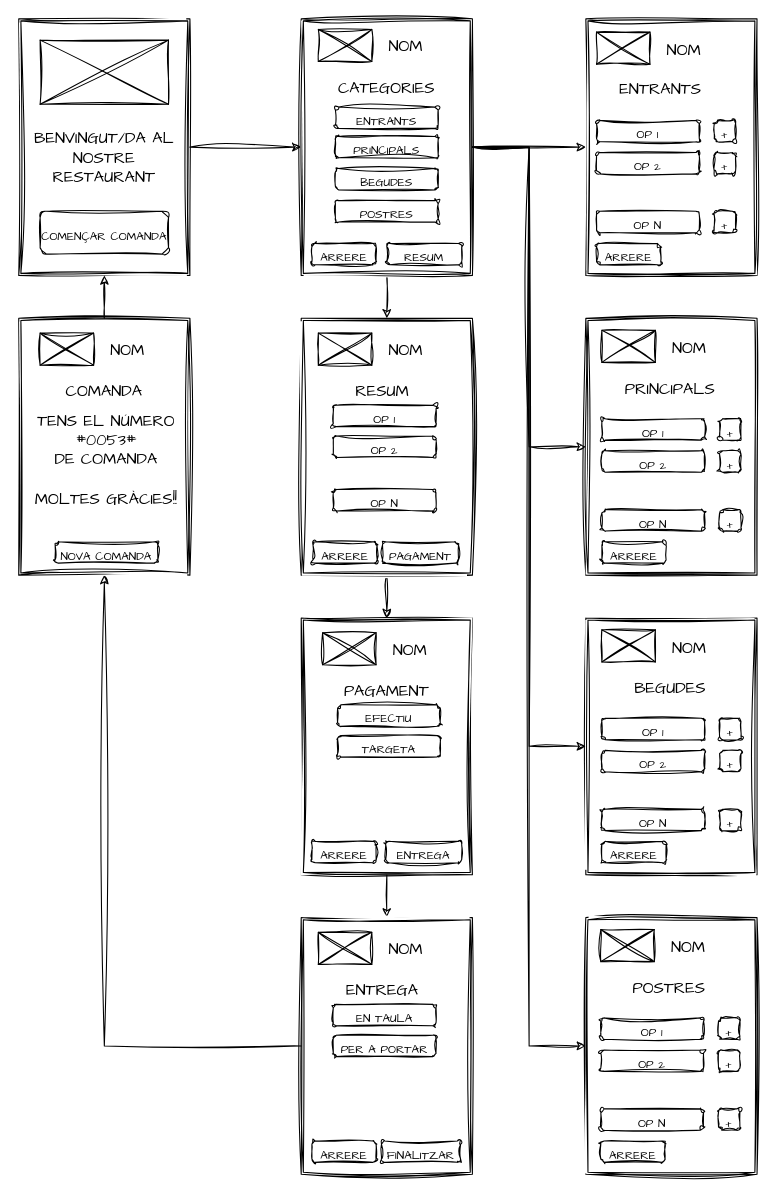
Earlier version of the draw.io diagram DI Prototipo Baja Fidelidad.drawio (KikeMarchuet/Ficheros_Draw.IO). Source tidied: cells renumbered, new cells numbered last; positions are measured from the earlier drawing's top-left corner, leaving out a move shared by most shapes. Both pictures are drawn from the tidied source at 107%, with x=0, y=0 at pixel (18, 18).
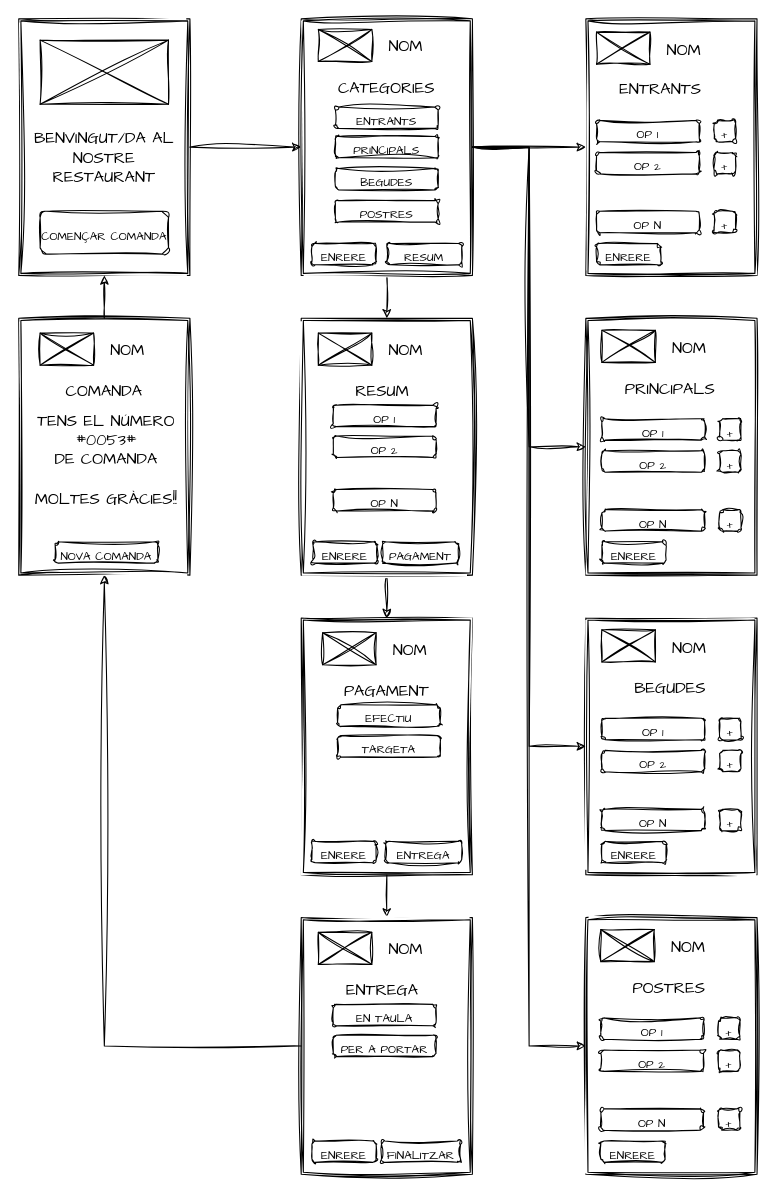
Above is the later version.

The edit, as a diff of the source:
```diff
@@
-    <mxCell id="38" value="&lt;span style=&quot;font-size: 11px;&quot;&gt;ARRERE&lt;/span&gt;" style="rounded=1;whiteSpace=wrap;html=1;hachureGap=4;fontFamily=Architects Daughter;fontSize=23;labelBackgroundColor=none;sketch=1;curveFitting=1;jiggle=2;" parent="1" vertex="1">
+    <mxCell id="38" value="&lt;span style=&quot;font-size: 11px;&quot;&gt;ENRERE&lt;/span&gt;" style="rounded=1;whiteSpace=wrap;html=1;hachureGap=4;fontFamily=Architects Daughter;fontSize=23;labelBackgroundColor=none;sketch=1;curveFitting=1;jiggle=2;" parent="1" vertex="1">
       <mxGeometry x="540" y="210" width="60" height="20" as="geometry" />
     </mxCell>
@@
-    <mxCell id="51" value="&lt;span style=&quot;font-size: 11px;&quot;&gt;ARRERE&lt;/span&gt;" style="rounded=1;whiteSpace=wrap;html=1;hachureGap=4;fontFamily=Architects Daughter;fontSize=23;labelBackgroundColor=none;sketch=1;curveFitting=1;jiggle=2;" parent="1" vertex="1">
+    <mxCell id="51" value="&lt;span style=&quot;font-size: 11px;&quot;&gt;ENRERE&lt;/span&gt;" style="rounded=1;whiteSpace=wrap;html=1;hachureGap=4;fontFamily=Architects Daughter;fontSize=23;labelBackgroundColor=none;sketch=1;curveFitting=1;jiggle=2;" parent="1" vertex="1">
       <mxGeometry x="545" y="488.8" width="60" height="20" as="geometry" />
     </mxCell>
@@
-    <mxCell id="64" value="&lt;span style=&quot;font-size: 11px;&quot;&gt;ARRERE&lt;/span&gt;" style="rounded=1;whiteSpace=wrap;html=1;hachureGap=4;fontFamily=Architects Daughter;fontSize=23;labelBackgroundColor=none;sketch=1;curveFitting=1;jiggle=2;" parent="1" vertex="1">
+    <mxCell id="64" value="&lt;span style=&quot;font-size: 11px;&quot;&gt;ENRERE&lt;/span&gt;" style="rounded=1;whiteSpace=wrap;html=1;hachureGap=4;fontFamily=Architects Daughter;fontSize=23;labelBackgroundColor=none;sketch=1;curveFitting=1;jiggle=2;" parent="1" vertex="1">
       <mxGeometry x="545" y="768.8" width="60" height="20" as="geometry" />
     </mxCell>
@@
-    <mxCell id="77" value="&lt;span style=&quot;font-size: 11px;&quot;&gt;ARRERE&lt;/span&gt;" style="rounded=1;whiteSpace=wrap;html=1;hachureGap=4;fontFamily=Architects Daughter;fontSize=23;labelBackgroundColor=none;sketch=1;curveFitting=1;jiggle=2;" parent="1" vertex="1">
+    <mxCell id="77" value="&lt;span style=&quot;font-size: 11px;&quot;&gt;ENRERE&lt;/span&gt;" style="rounded=1;whiteSpace=wrap;html=1;hachureGap=4;fontFamily=Architects Daughter;fontSize=23;labelBackgroundColor=none;sketch=1;curveFitting=1;jiggle=2;" parent="1" vertex="1">
       <mxGeometry x="544" y="1048.8" width="60" height="20" as="geometry" />
     </mxCell>
@@
-    <mxCell id="128" value="&lt;span style=&quot;font-size: 11px;&quot;&gt;ARRERE&lt;/span&gt;" style="rounded=1;whiteSpace=wrap;html=1;hachureGap=4;fontFamily=Architects Daughter;fontSize=23;labelBackgroundColor=none;sketch=1;curveFitting=1;jiggle=2;" parent="1" vertex="1">
+    <mxCell id="128" value="&lt;span style=&quot;font-size: 11px;&quot;&gt;ENRERE&lt;/span&gt;" style="rounded=1;whiteSpace=wrap;html=1;hachureGap=4;fontFamily=Architects Daughter;fontSize=23;labelBackgroundColor=none;sketch=1;curveFitting=1;jiggle=2;" parent="1" vertex="1">
       <mxGeometry x="274" y="210" width="60" height="20" as="geometry" />
     </mxCell>
-    <mxCell id="129" value="&lt;span style=&quot;font-size: 11px;&quot;&gt;ARRERE&lt;/span&gt;" style="rounded=1;whiteSpace=wrap;html=1;hachureGap=4;fontFamily=Architects Daughter;fontSize=23;labelBackgroundColor=none;sketch=1;curveFitting=1;jiggle=2;" parent="1" vertex="1">
+    <mxCell id="129" value="&lt;span style=&quot;font-size: 11px;&quot;&gt;ENRERE&lt;/span&gt;" style="rounded=1;whiteSpace=wrap;html=1;hachureGap=4;fontFamily=Architects Daughter;fontSize=23;labelBackgroundColor=none;sketch=1;curveFitting=1;jiggle=2;" parent="1" vertex="1">
       <mxGeometry x="275" y="488.8" width="60" height="20" as="geometry" />
     </mxCell>
-    <mxCell id="130" value="&lt;span style=&quot;font-size: 11px;&quot;&gt;ARRERE&lt;/span&gt;" style="rounded=1;whiteSpace=wrap;html=1;hachureGap=4;fontFamily=Architects Daughter;fontSize=23;labelBackgroundColor=none;sketch=1;curveFitting=1;jiggle=2;" parent="1" vertex="1">
+    <mxCell id="130" value="&lt;span style=&quot;font-size: 11px;&quot;&gt;ENRERE&lt;/span&gt;" style="rounded=1;whiteSpace=wrap;html=1;hachureGap=4;fontFamily=Architects Daughter;fontSize=23;labelBackgroundColor=none;sketch=1;curveFitting=1;jiggle=2;" parent="1" vertex="1">
       <mxGeometry x="274" y="768.8" width="60" height="20" as="geometry" />
     </mxCell>
-    <mxCell id="131" value="&lt;span style=&quot;font-size: 11px;&quot;&gt;ARRERE&lt;/span&gt;" style="rounded=1;whiteSpace=wrap;html=1;hachureGap=4;fontFamily=Architects Daughter;fontSize=23;labelBackgroundColor=none;sketch=1;curveFitting=1;jiggle=2;" parent="1" vertex="1">
+    <mxCell id="131" value="&lt;span style=&quot;font-size: 11px;&quot;&gt;ENRERE&lt;/span&gt;" style="rounded=1;whiteSpace=wrap;html=1;hachureGap=4;fontFamily=Architects Daughter;fontSize=23;labelBackgroundColor=none;sketch=1;curveFitting=1;jiggle=2;" parent="1" vertex="1">
       <mxGeometry x="274" y="1048.8" width="60" height="20" as="geometry" />
     </mxCell>
```
